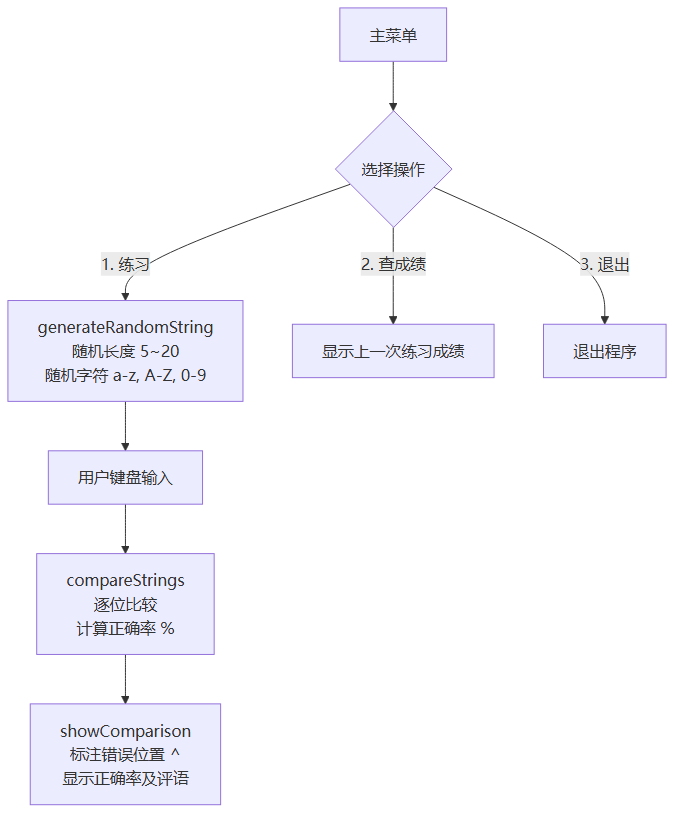
Above: picture/A2_打字练习_流程.png in SSSZ83/2026_Spring_Software_Design (Mermaid), before the change. Its source is kept beside it as picture/A2_打字练习_流程.mmd. Source of this version:
```mermaid
flowchart TD
    A[主菜单] --> B{选择操作}
    B -->|"1. 练习"| C[generateRandomString<br/>随机长度 5~20<br/>随机字符 a-z, A-Z, 0-9]
    B -->|"2. 查成绩"| G[显示上一次练习成绩]
    B -->|"3. 退出"| H[退出程序]
    C --> D[用户键盘输入]
    D --> E[compareStrings<br/>逐位比较<br/>计算正确率 %]
    E --> F[showComparison<br/>标注错误位置 ^ <br/>显示正确率及评语]
```
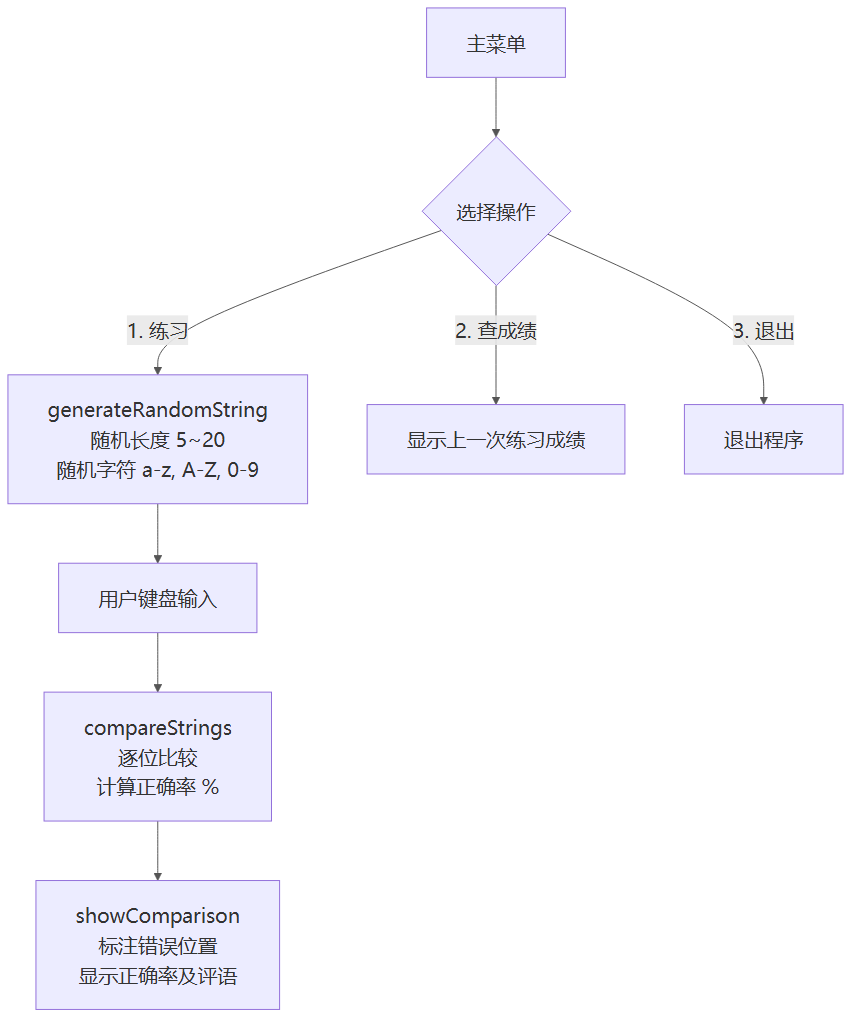
The same file after the commit.

Diff of the diagram source:
```diff
@@ -5,4 +5,4 @@
     B -->|"3. 退出"| H[退出程序]
     C --> D[用户键盘输入]
     D --> E[compareStrings<br/>逐位比较<br/>计算正确率 %]
-    E --> F[showComparison<br/>标注错误位置 ^ <br/>显示正确率及评语]
+    E --> F[showComparison<br/>标注错误位置 <br/>显示正确率及评语]
```
